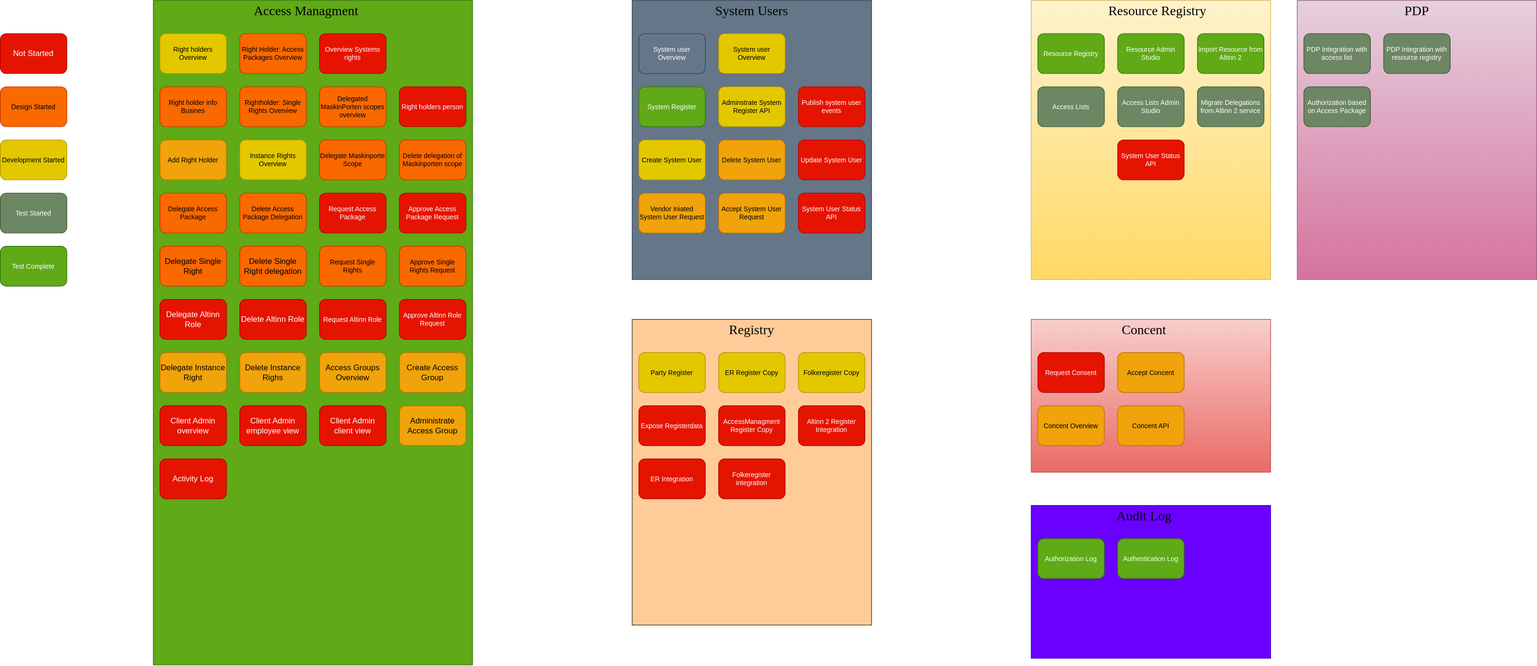
Altinn/altinn-studio-docs keeps this draw.io diagram as content/authorization/what-do-you-get/functionalareas.drawio.svg. Above is the earlier version. Source tidied: cells renumbered, new cells last; positions are measured from the earlier drawing's top-left corner, leaving out a move shared by most shapes.
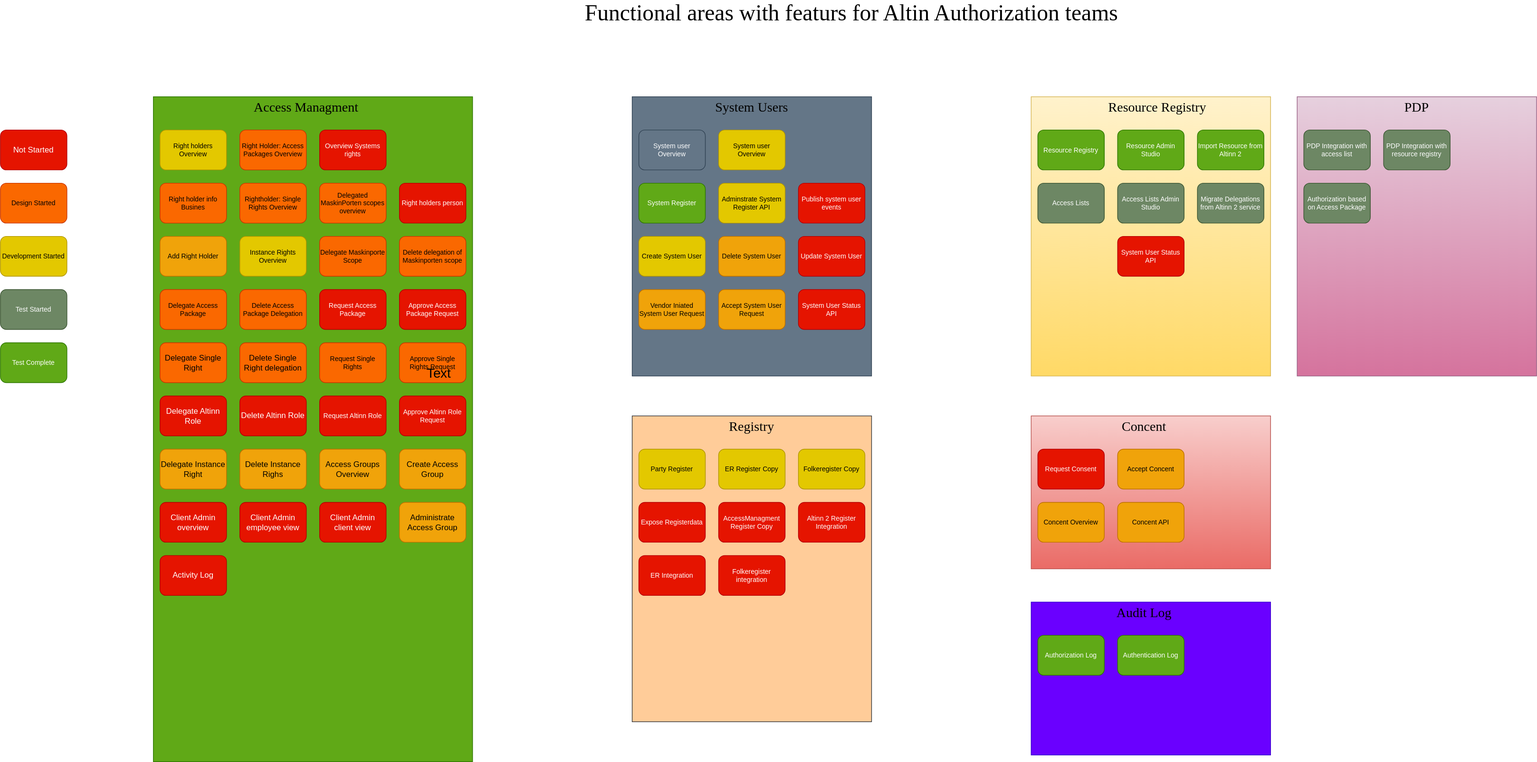
Later version of the same file.

Change to the diagram source:
```diff
@@ -260,5 +260,11 @@
     <mxCell id="87" value="Audit Log" style="text;html=1;strokeColor=none;fillColor=none;align=center;verticalAlign=middle;whiteSpace=wrap;rounded=0;sketch=1;hachureGap=4;jiggle=2;curveFitting=1;fontFamily=Verdana;fontSize=20;" parent="1" vertex="1">
       <mxGeometry x="1550" y="760" width="340" height="30" as="geometry" />
     </mxCell>
+    <mxCell id="88" value="Text" style="text;html=1;strokeColor=none;fillColor=none;align=center;verticalAlign=middle;whiteSpace=wrap;rounded=0;sketch=1;hachureGap=4;jiggle=2;curveFitting=1;fontFamily=Architects Daughter;fontSource=https%3A%2F%2Ffonts.googleapis.com%2Fcss%3Ffamily%3DArchitects%2BDaughter;fontSize=20;" parent="1" vertex="1">
+      <mxGeometry x="630" y="400" width="60" height="30" as="geometry" />
+    </mxCell>
+    <mxCell id="89" value="Functional areas with featurs for Altin Authorization teams" style="text;html=1;strokeColor=none;fillColor=none;align=center;verticalAlign=middle;whiteSpace=wrap;rounded=0;sketch=1;hachureGap=4;jiggle=2;curveFitting=1;fontFamily=Verdana;fontSize=34;" parent="1" vertex="1">
+      <mxGeometry x="720" y="-140" width="1120" height="30" as="geometry" />
+    </mxCell>
   </root>
 </mxGraphModel>
```
